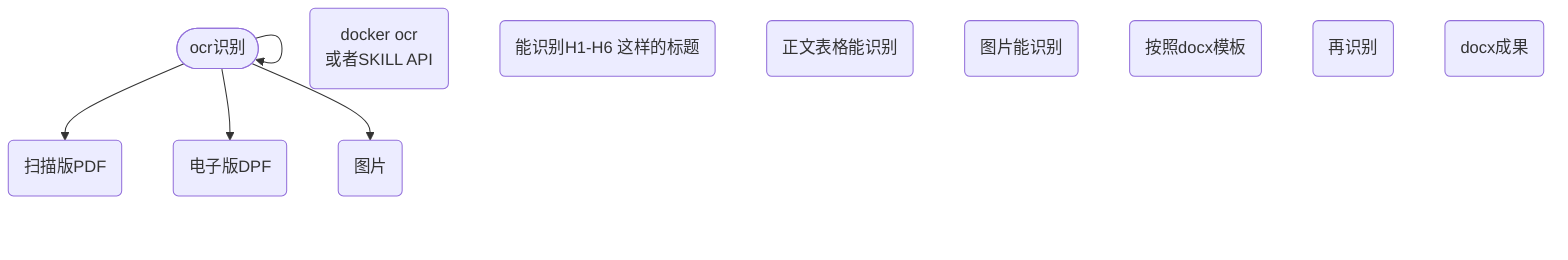
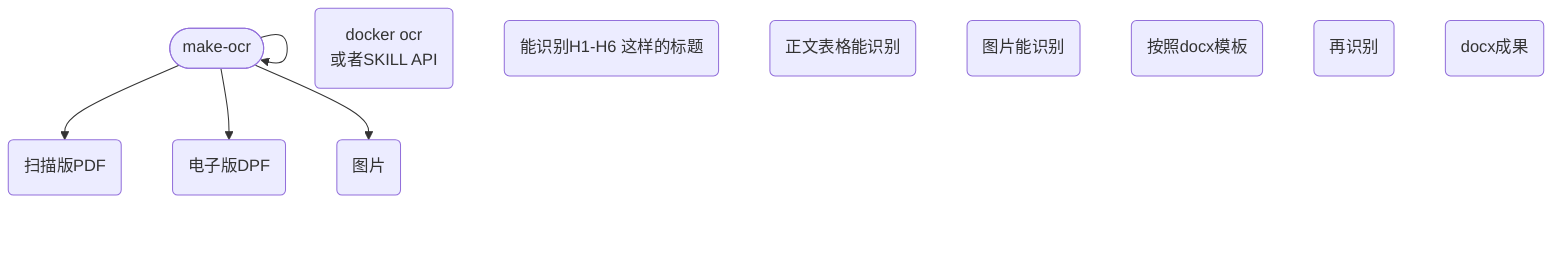
flowchart TD
-   n_0(["ocr识别"])
+   n_0(["make-ocr"])
  n_1("扫描版PDF")
  n_2("电子版DPF")
  n_3("docker ocr<br/>或者SKILL API")
  n_4("图片")
  n_5("能识别H1-H6 这样的标题")
  n_6("正文表格能识别")
  n_7("图片能识别")
  n_8("按照docx模板")
  n_9("再识别")
  n_10("docx成果")
  n_0 --> n_0
  n_0 --> n_1
  n_0 --> n_2
  n_0 --> n_4
